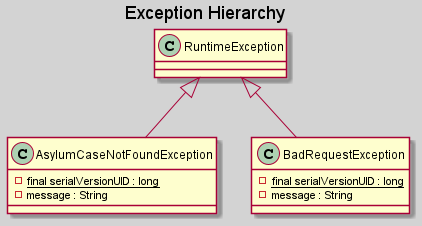
Above: documentation/images/RELEASE_1.5_EXCEPTIONS_CD.png in BloomTech-Labs/asylum-rg-be-a (PlantUML), before the change. Source of this version:
```plantuml
@startuml
title Exception Hierarchy
skinparam backgroundcolor lightgrey

class AsylumCaseNotFoundException {
    - {static} final serialVersionUID : long
    - message : String
}

class BadRequestException {
    - {static} final serialVersionUID : long
    - message : String
}

class RuntimeException {}

RuntimeException <|-- BadRequestException
RuntimeException <|-- AsylumCaseNotFoundException
@enduml
```
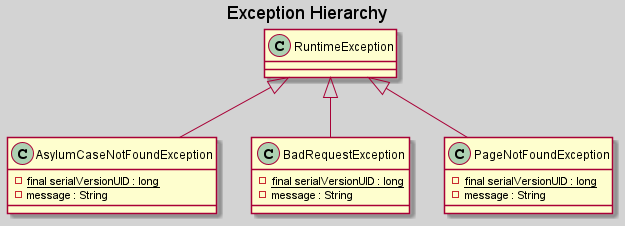
After the commit.

Commit message:
Created PNG Images for the Diagrams For Review.

Change to the diagram source:
```diff
@@ -12,8 +12,14 @@
     - message : String
 }
 
+class PageNotFoundException {
+    - {static} final serialVersionUID : long
+    - message : String
+}
+
 class RuntimeException {}
 
 RuntimeException <|-- BadRequestException
 RuntimeException <|-- AsylumCaseNotFoundException
+RuntimeException <|-- PageNotFoundException
 @enduml
```
